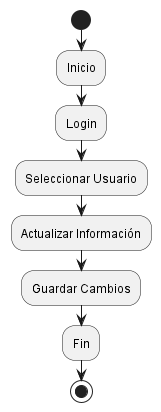
This is output/activityDiagram.png from izarater/genDocJava, a PlantUML export, as it was before one commit. Its diagram source:
```plantuml
@startuml
start
:Inicio;
:Login;
:Seleccionar Usuario;
:Actualizar Información;
:Guardar Cambios;
:Fin;
stop
@enduml
```
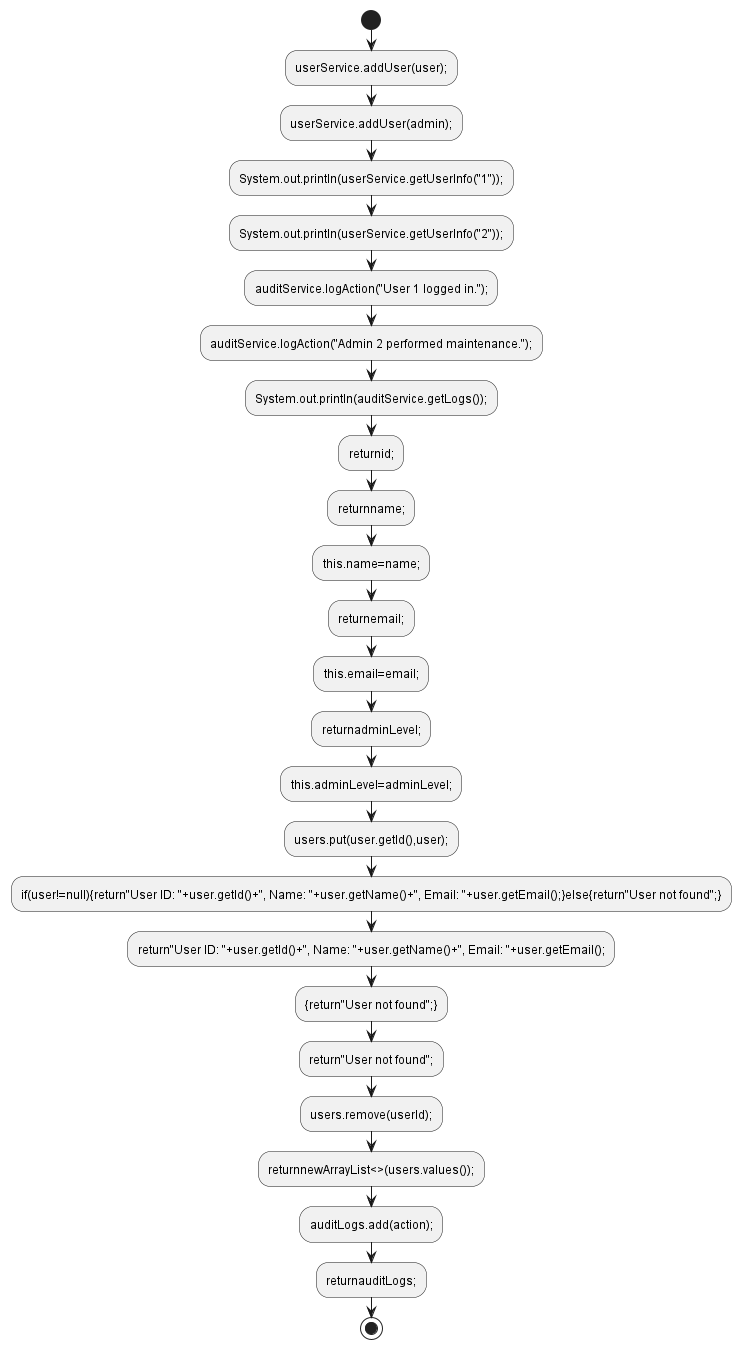
Above is the later version.

The edit, as a diff of the source:
```diff
@@ -1,10 +1,27 @@
 @startuml
 start
-:Inicio;
-:Login;
-:Seleccionar Usuario;
-:Actualizar Información;
-:Guardar Cambios;
-:Fin;
+:userService.addUser(user);;
+:userService.addUser(admin);;
+:System.out.println(userService.getUserInfo("1"));;
+:System.out.println(userService.getUserInfo("2"));;
+:auditService.logAction("User 1 logged in.");;
+:auditService.logAction("Admin 2 performed maintenance.");;
+:System.out.println(auditService.getLogs());;
+:returnid;;
+:returnname;;
+:this.name=name;;
+:returnemail;;
+:this.email=email;;
+:returnadminLevel;;
+:this.adminLevel=adminLevel;;
+:users.put(user.getId(),user);;
+:if(user!=null){return"User ID: "+user.getId()+", Name: "+user.getName()+", Email: "+user.getEmail();}else{return"User not found";};
+:return"User ID: "+user.getId()+", Name: "+user.getName()+", Email: "+user.getEmail();;
+:{return"User not found";};
+:return"User not found";;
+:users.remove(userId);;
+:returnnewArrayList<>(users.values());;
+:auditLogs.add(action);;
+:returnauditLogs;;
 stop
 @enduml
```
